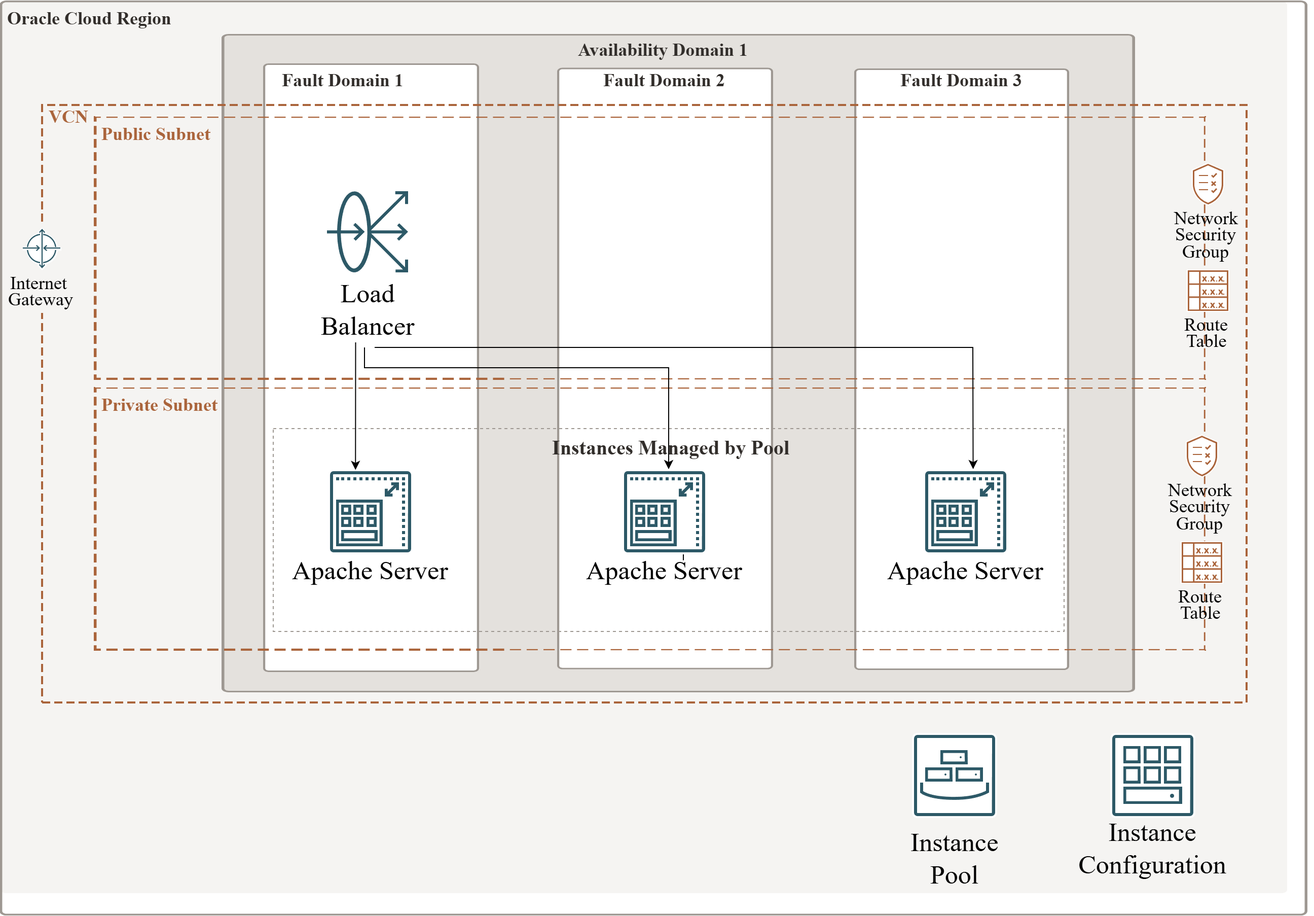
The draw.io diagram oci-instance-pools.png in mamonaco1973/oci-instance-pool, before a commit. Source tidied: cells renumbered, new cells last; positions are measured from the earlier drawing's top-left corner, leaving out a move shared by most shapes.
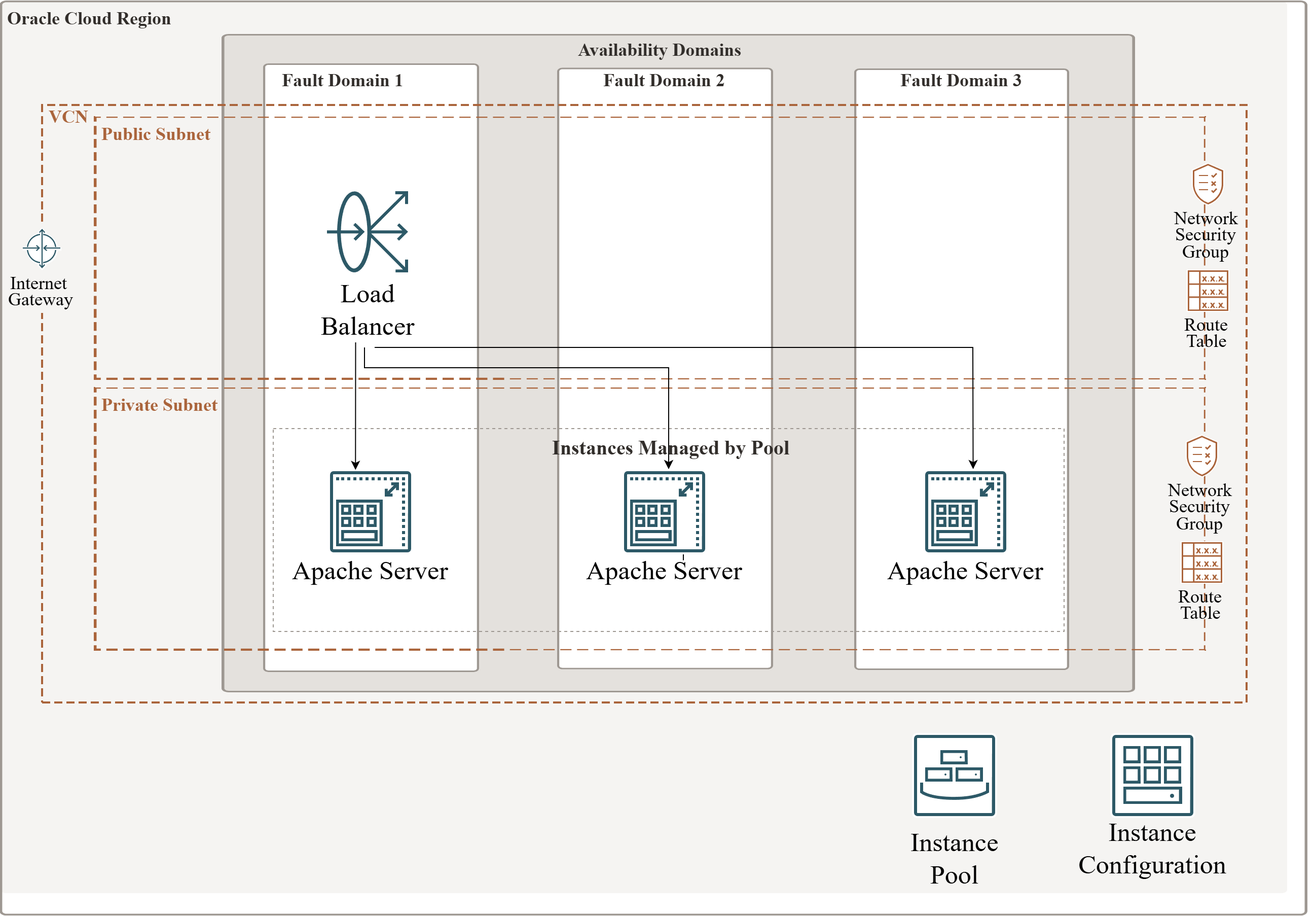
After the commit.

Change to the diagram source:
```diff
@@ -29,7 +29,7 @@
     <mxCell id="10" style="vsdxID=8;fillColor=#e4e1dd;gradientColor=none;shape=(stored shape, 304 characters);strokeColor=none;spacingTop=-3;spacingBottom=-3;spacingLeft=-3;spacingRight=-3;labelBackgroundColor=none;rounded=0;html=1;whiteSpace=wrap;fontSize=18;" parent="1" vertex="1">
       <mxGeometry x="220" y="33.8" width="900" height="648.2" as="geometry" />
     </mxCell>
-    <mxCell id="11" value="&lt;div&gt;&lt;p style=&quot;align:left;margin-left:0;margin-right:0;margin-top:0px;margin-bottom:0px;text-indent:0;valign:middle;direction:ltr;&quot;&gt;&lt;font style=&quot;font-family: &amp;quot;Oracle Sans&amp;quot;; color: rgb(49, 45, 42); direction: ltr; letter-spacing: 0px; line-height: 120%; opacity: 1;&quot;&gt;&lt;b&gt;Availability Domain 1&lt;br&gt;&lt;/b&gt;&lt;/font&gt;&lt;/p&gt;&lt;/div&gt;" style="verticalAlign=middle;align=left;vsdxID=9;fillColor=none;gradientColor=none;shape=(stored shape, 160 characters);strokeColor=none;spacingTop=-3;spacingBottom=-3;spacingLeft=-3;spacingRight=-3;labelBackgroundColor=none;rounded=0;html=1;whiteSpace=wrap;fontSize=18;" parent="1" vertex="1">
+    <mxCell id="11" value="&lt;div&gt;&lt;p style=&quot;align:left;margin-left:0;margin-right:0;margin-top:0px;margin-bottom:0px;text-indent:0;valign:middle;direction:ltr;&quot;&gt;&lt;font style=&quot;font-family: &amp;quot;Oracle Sans&amp;quot;; color: rgb(49, 45, 42); direction: ltr; letter-spacing: 0px; line-height: 120%; opacity: 1;&quot;&gt;&lt;b&gt;Availability Domains&lt;br&gt;&lt;/b&gt;&lt;/font&gt;&lt;/p&gt;&lt;/div&gt;" style="verticalAlign=middle;align=left;vsdxID=9;fillColor=none;gradientColor=none;shape=(stored shape, 160 characters);strokeColor=none;spacingTop=-3;spacingBottom=-3;spacingLeft=-3;spacingRight=-3;labelBackgroundColor=none;rounded=0;html=1;whiteSpace=wrap;fontSize=18;" parent="1" vertex="1">
       <mxGeometry x="572" y="41.2" width="355" height="15.2" as="geometry" />
     </mxCell>
     <mxCell id="12" style="vsdxID=10;fillColor=#9e9892;gradientColor=none;shape=(stored shape, 544 characters);strokeColor=none;spacingTop=-3;spacingBottom=-3;spacingLeft=-3;spacingRight=-3;labelBackgroundColor=none;rounded=0;html=1;whiteSpace=wrap;fontSize=18;" parent="1" vertex="1">
```
